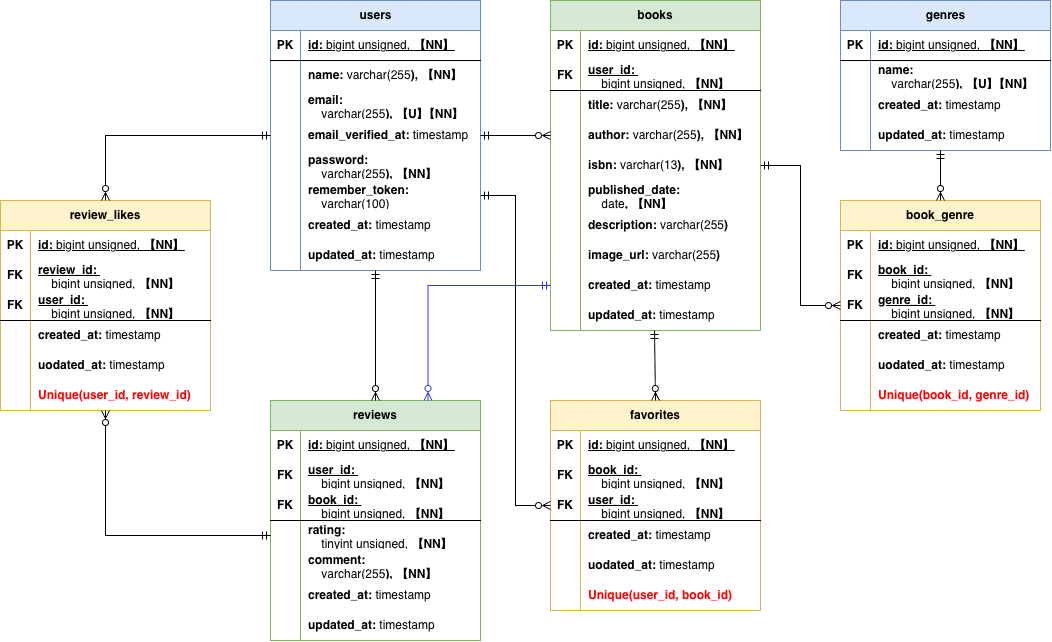
Above: src/images/bookshelf-app-er.drawio.png in kana686/bookshelf-app (draw.io), before the change. Source tidied: cells renumbered, new cells last; positions are measured from the earlier drawing's top-left corner, leaving out a move shared by most shapes.
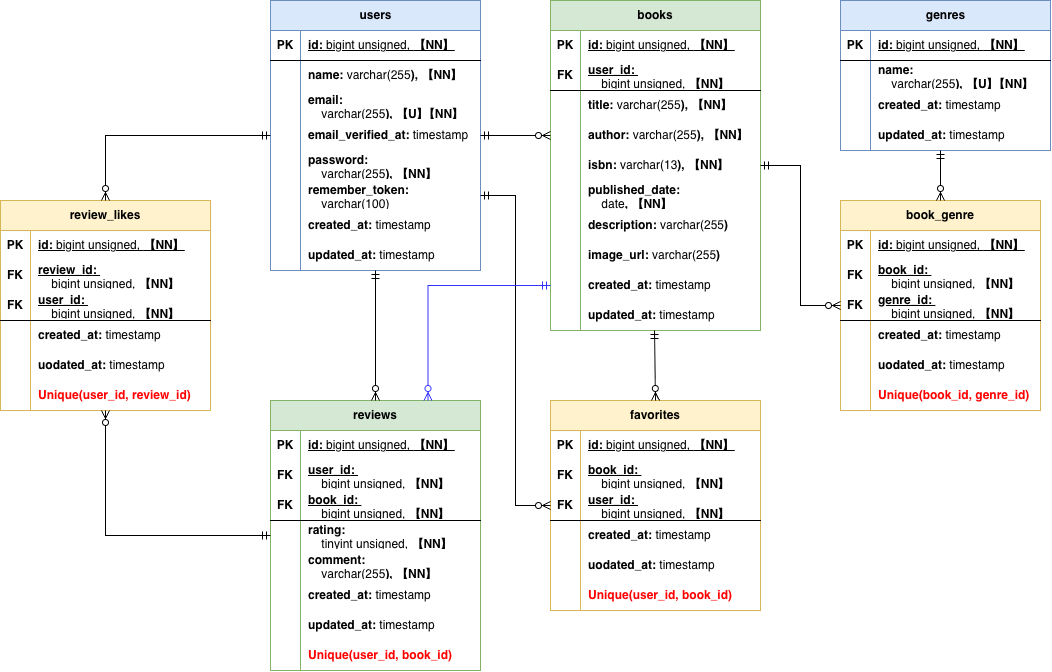
After the change.

Commit message:
feat: 1人のユーザーが同じ書籍に対してレビューを1回しか投稿できないように設定 #32 - reviewテーブルに複合ユニーク(user_id,book_id)を追加 - ReviewRequestに1人のユーザーが同じ書籍に対して複数のレビューを投稿できないよう重複チェック（バリデーション）を追加 - ER図を修正

Change to the diagram source:
```diff
@@ -267,7 +267,7 @@
       <mxGeometry x="30" width="170" height="30" as="geometry" />
     </mxCell>
     <mxCell id="90" value="reviews" style="shape=table;startSize=30;rowLines=0;fontStyle=1;align=center;html=1;whiteSpace=wrap;fillColor=#d5e8d4;strokeColor=#82b366;" parent="1" vertex="1">
-      <mxGeometry x="270" y="400" width="210" height="240" as="geometry" />
+      <mxGeometry x="270" y="400" width="210" height="270" as="geometry" />
     </mxCell>
     <mxCell id="91" style="shape=tableRow;horizontal=0;startSize=0;swimlaneHead=0;swimlaneBody=0;fillColor=none;top=0;left=0;right=0;bottom=0;html=1;" parent="90" vertex="1">
       <mxGeometry y="30" width="210" height="30" as="geometry" />
@@ -332,6 +332,15 @@
     <mxCell id="111" value="&lt;b&gt;updated_at:&lt;/b&gt;&lt;b&gt; &lt;/b&gt;timestamp" style="shape=partialRectangle;fillColor=none;top=0;left=0;bottom=0;right=0;align=left;spacingLeft=6;overflow=hidden;html=1;whiteSpace=wrap;" parent="109" vertex="1">
       <mxGeometry x="30" width="180" height="30" as="geometry" />
     </mxCell>
+    <mxCell id="159" style="shape=tableRow;horizontal=0;startSize=0;swimlaneHead=0;swimlaneBody=0;fillColor=none;top=0;left=0;right=0;bottom=0;html=1;" parent="90" vertex="1">
+      <mxGeometry y="240" width="210" height="30" as="geometry" />
+    </mxCell>
+    <mxCell id="160" style="shape=partialRectangle;fillColor=none;top=0;left=0;bottom=0;right=0;overflow=hidden;html=1;whiteSpace=wrap;" parent="159" vertex="1">
+      <mxGeometry width="30" height="30" as="geometry" />
+    </mxCell>
+    <mxCell id="161" value="&lt;b style=&quot;color: rgb(255, 0, 0);&quot;&gt;Unique(user_id, book_id)&lt;/b&gt;" style="shape=partialRectangle;fillColor=none;top=0;left=0;bottom=0;right=0;align=left;spacingLeft=6;overflow=hidden;html=1;whiteSpace=wrap;" parent="159" vertex="1">
+      <mxGeometry x="30" width="180" height="30" as="geometry" />
+    </mxCell>
     <mxCell id="112" value="favorites" style="shape=table;startSize=30;rowLines=0;fontStyle=1;align=center;html=1;whiteSpace=wrap;fillColor=#fff2cc;strokeColor=#d6b656;" parent="1" vertex="1">
       <mxGeometry x="550" y="400" width="210" height="210" as="geometry" />
     </mxCell>
```
